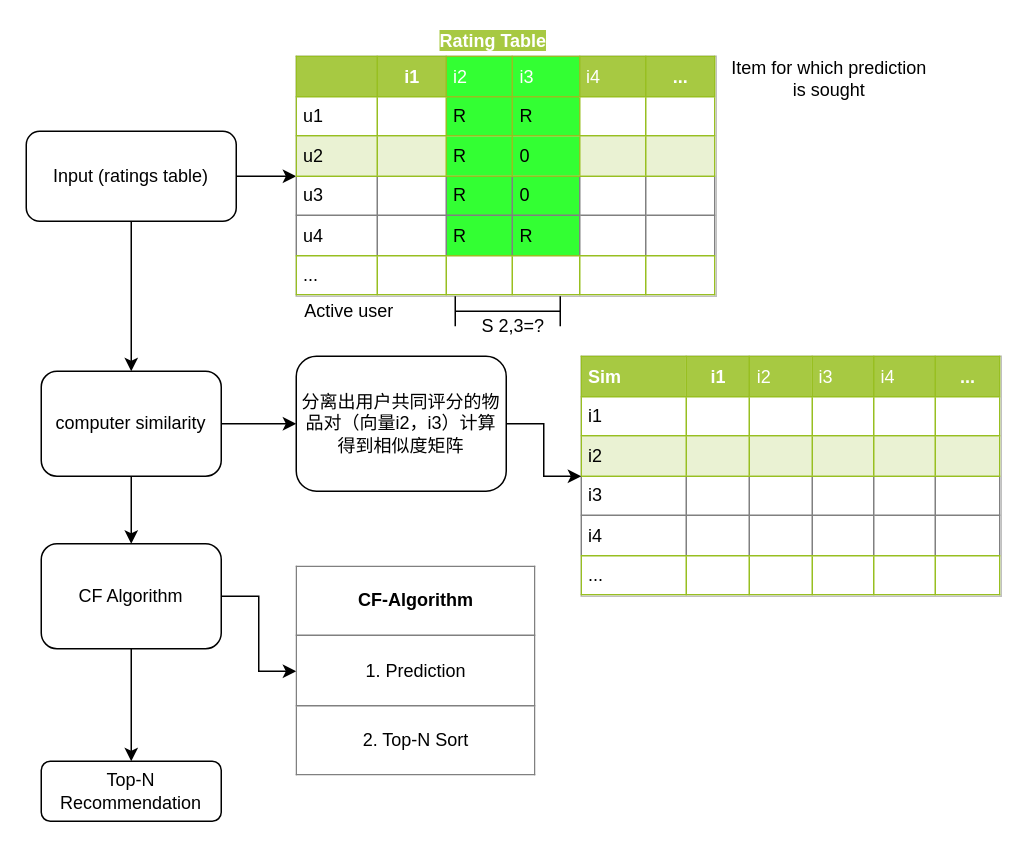
iamlivehaha/Artificial-Life keeps this draw.io diagram as Item-based CF algorithm.drawio. Above is the earlier version. Source tidied: cells renumbered, new cells numbered last; positions are measured from the earlier drawing's top-left corner, leaving out a move shared by most shapes. Both pictures are drawn from the tidied source at 150%, with x=0, y=0 at pixel (26, 26).
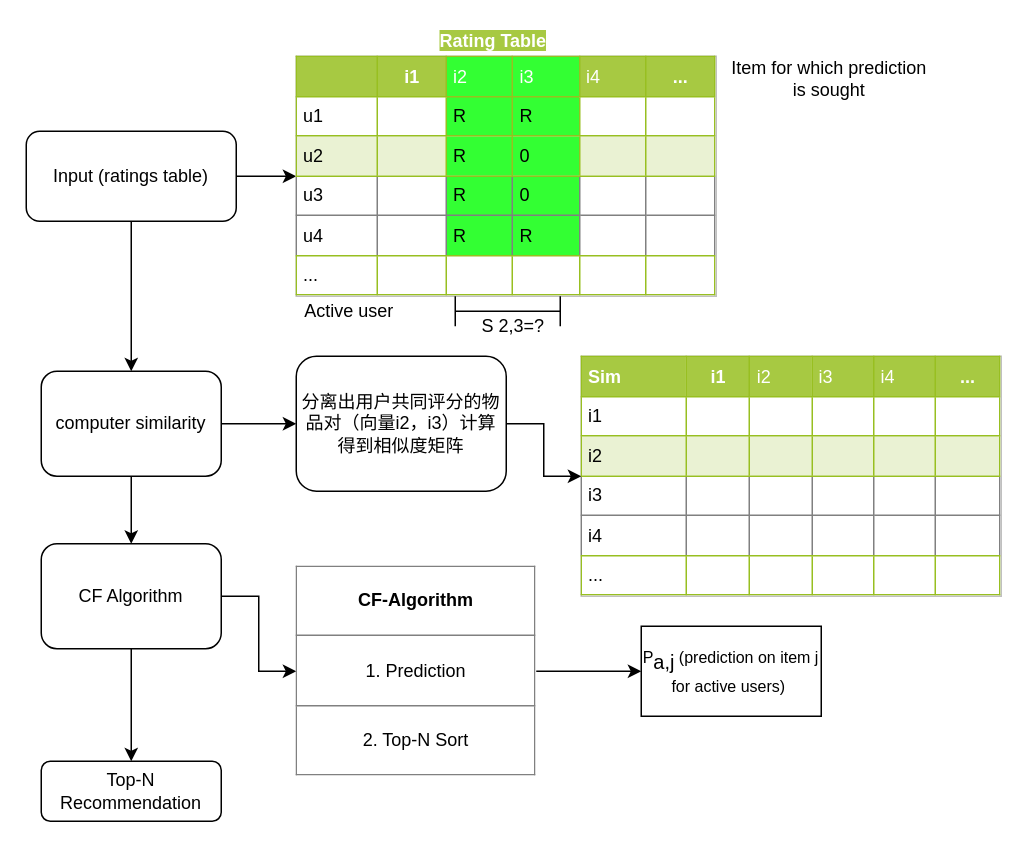
The same page after the edit.

Unchanged cells that the change refers to:
```xml
<mxCell id="11" value="&lt;table border=&quot;1&quot; width=&quot;100%&quot; cellpadding=&quot;4&quot; style=&quot;width: 100% ; height: 100% ; border-collapse: collapse&quot;&gt;&lt;tbody&gt;&lt;tr&gt;&lt;th align=&quot;center&quot;&gt;CF-Algorithm&lt;br&gt;&lt;/th&gt;&lt;/tr&gt;&lt;tr&gt;&lt;td align=&quot;center&quot;&gt;1. Prediction&lt;br&gt;&lt;/td&gt;&lt;/tr&gt;&lt;tr&gt;&lt;td align=&quot;center&quot;&gt;2. Top-N Sort&lt;br&gt;&lt;/td&gt;&lt;/tr&gt;&lt;/tbody&gt;&lt;/table&gt;" style="text;html=1;strokeColor=none;fillColor=none;overflow=fill;" parent="1" vertex="1">
  <mxGeometry x="180" y="360" width="160" height="140" as="geometry" />
</mxCell>
```

Diff of the diagram source:
```diff
@@
+    <mxCell id="22" style="edgeStyle=orthogonalEdgeStyle;rounded=0;jettySize=auto;html=1;" parent="1" edge="1" source="11" target="23">
+      <mxGeometry relative="1" as="geometry" />
+    </mxCell>
@@
+    <mxCell id="23" value="&lt;span lang=&quot;EN-US&quot; style=&quot;font-size: 8.0pt ; font-family: &amp;#34;helvetica&amp;#34; , sans-serif&quot;&gt;P&lt;/span&gt;&lt;sub&gt;&lt;span lang=&quot;EN-US&quot; style=&quot;font-size: 10.0pt ; font-family: &amp;#34;helvetica&amp;#34; , sans-serif&quot;&gt;a,j&lt;/span&gt;&lt;/sub&gt;&lt;span lang=&quot;EN-US&quot; style=&quot;font-size: 8.0pt ; font-family: &amp;#34;helvetica&amp;#34; , sans-serif&quot;&gt; (prediction on item j for active users)&amp;nbsp;&lt;/span&gt;" style="rounded=0;whiteSpace=wrap;html=1;" parent="1" vertex="1">
+      <mxGeometry x="410" y="400" width="120" height="60" as="geometry" />
+    </mxCell>
```
